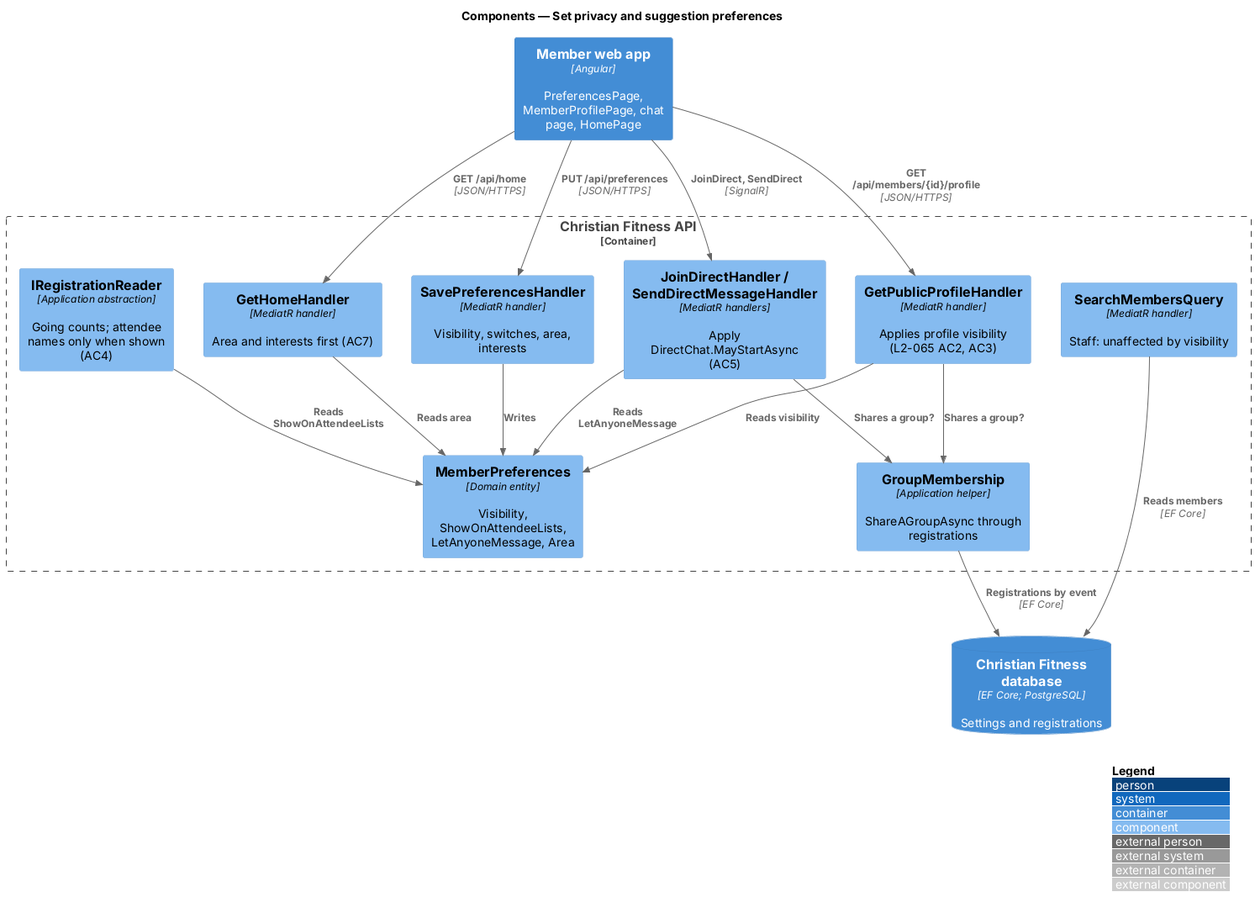
Above: docs/detailed-designs/preferences/set-privacy-and-suggestion-preferences/diagrams/c4-component.png in QuinntyneBrown/christian-fitness (PlantUML), before the change. Its source is kept beside it as docs/detailed-designs/preferences/set-privacy-and-suggestion-preferences/diagrams/c4-component.puml. Its diagram source:
```plantuml
@startuml
!include <C4/C4_Component>
LAYOUT_WITH_LEGEND()
title Components — Set privacy and suggestion preferences

Container(web, "Member web app", "Angular", "PreferencesPage, MemberProfilePage, chat page, HomePage")
Container_Boundary(api, "Christian Fitness API") {
  Component(save, "SavePreferencesHandler", "MediatR handler", "Visibility, switches, area, interests")
  Component(profile, "GetPublicProfileHandler", "MediatR handler", "Applies profile visibility (L2-065 AC2, AC3)")
  Component(direct, "JoinDirectHandler / SendDirectMessageHandler", "MediatR handlers", "Apply DirectChat.MayStartAsync (AC5)")
  Component(attend, "IRegistrationReader", "Application abstraction", "Going counts; attendee names only when shown (AC4)")
  Component(home, "GetHomeHandler", "MediatR handler", "Area and interests first (AC7)")
  Component(groups, "GroupMembership", "Application helper", "ShareAGroupAsync through registrations")
  Component(prefs, "MemberPreferences", "Domain entity", "Visibility, ShowOnAttendeeLists, LetAnyoneMessage, Area")
  Component(adminq, "SearchMembersQuery", "MediatR handler", "Staff: unaffected by visibility")
}
ContainerDb(db, "Christian Fitness database", "EF Core; PostgreSQL", "Settings and registrations")
Rel(web, save, "PUT /api/preferences", "JSON/HTTPS")
Rel(web, profile, "GET /api/members/{id}/profile", "JSON/HTTPS")
Rel(web, direct, "JoinDirect, SendDirect", "SignalR")
Rel(web, home, "GET /api/home", "JSON/HTTPS")
Rel(save, prefs, "Writes")
Rel(profile, prefs, "Reads visibility")
Rel(profile, groups, "Shares a group?")
Rel(direct, prefs, "Reads LetAnyoneMessage")
Rel(direct, groups, "Shares a group?")
Rel(attend, prefs, "Reads ShowOnAttendeeLists")
Rel(home, prefs, "Reads area")
Rel(groups, db, "Registrations by event", "EF Core")
Rel(adminq, db, "Reads members", "EF Core")
@enduml
```
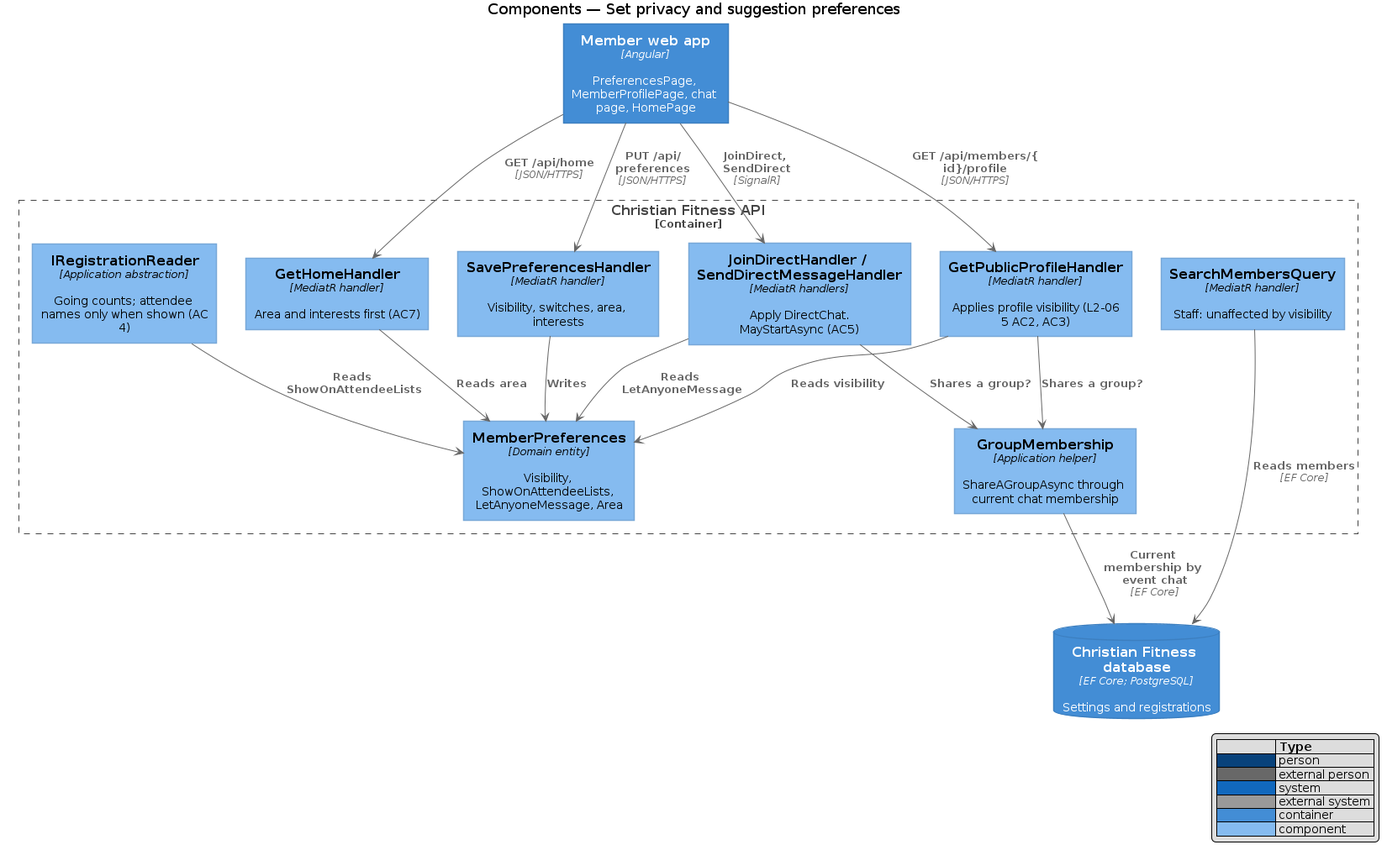
After the commit.

The edit, as a diff of the source:
```diff
@@ -10,7 +10,7 @@
   Component(direct, "JoinDirectHandler / SendDirectMessageHandler", "MediatR handlers", "Apply DirectChat.MayStartAsync (AC5)")
   Component(attend, "IRegistrationReader", "Application abstraction", "Going counts; attendee names only when shown (AC4)")
   Component(home, "GetHomeHandler", "MediatR handler", "Area and interests first (AC7)")
-  Component(groups, "GroupMembership", "Application helper", "ShareAGroupAsync through registrations")
+  Component(groups, "GroupMembership", "Application helper", "ShareAGroupAsync through current chat membership")
   Component(prefs, "MemberPreferences", "Domain entity", "Visibility, ShowOnAttendeeLists, LetAnyoneMessage, Area")
   Component(adminq, "SearchMembersQuery", "MediatR handler", "Staff: unaffected by visibility")
 }
@@ -26,6 +26,6 @@
 Rel(direct, groups, "Shares a group?")
 Rel(attend, prefs, "Reads ShowOnAttendeeLists")
 Rel(home, prefs, "Reads area")
-Rel(groups, db, "Registrations by event", "EF Core")
+Rel(groups, db, "Current membership by event chat", "EF Core")
 Rel(adminq, db, "Reads members", "EF Core")
 @enduml
```
